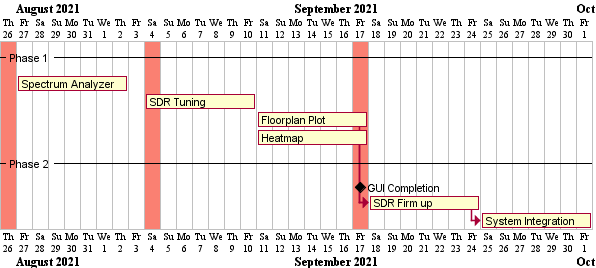
Earlier version of the PlantUML export docs/schedule.png (huats-club/citrus).
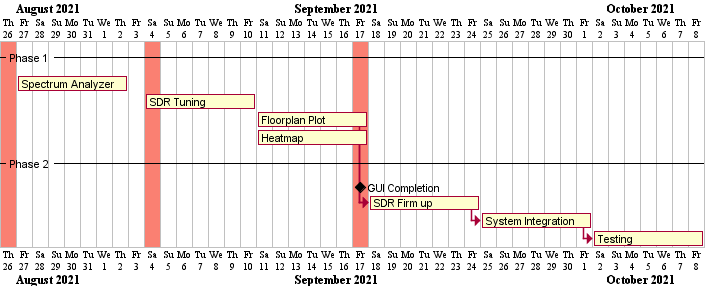
Above is the later version.

Commit message:
update gantt chart with testing

What changed in the source:
```diff
@@ -28,6 +28,9 @@
 [System Integration] starts at [SDR Firm up]'s end
 [System Integration] lasts 7 days
 
+[Testing] starts at [System Integration]'s end
+[Testing] lasts 7 days
+
 2021/08/26 is colored in salmon
 2021/09/04 is colored in salmon
 2021/09/17 is colored in salmon
```
